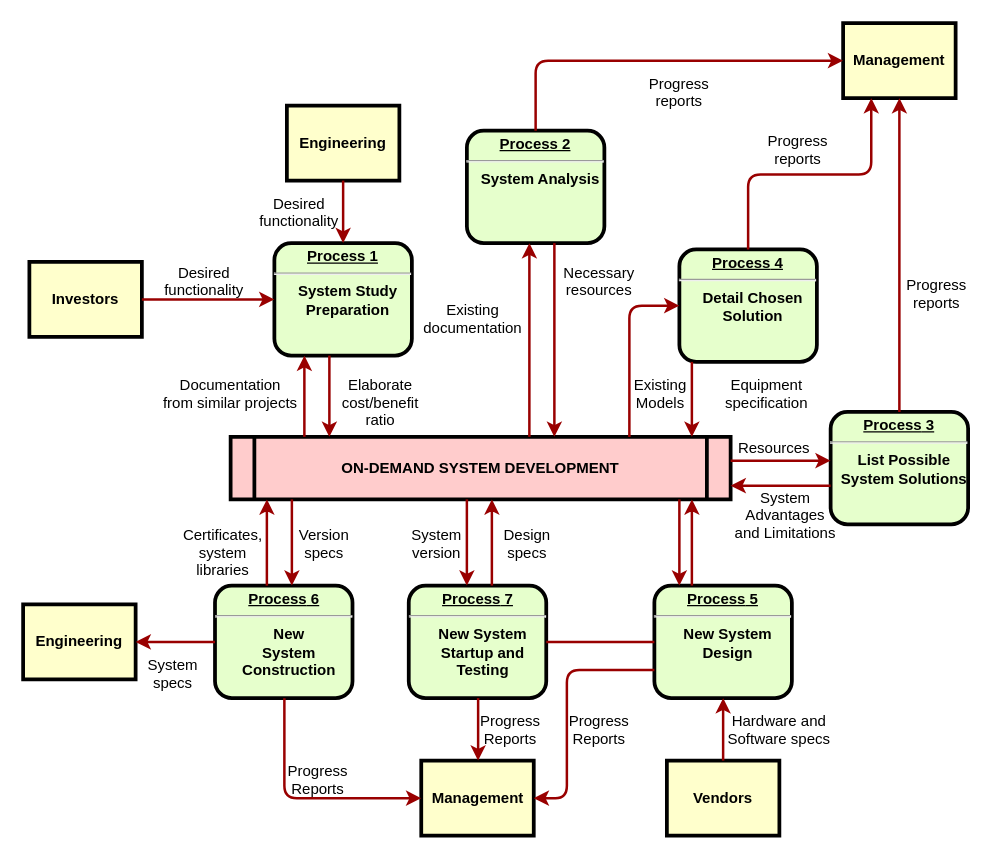
ArBzCe/TP keeps this draw.io diagram as 未命名绘图.drawio. Above is the earlier version. Source tidied: cells renumbered, new cells numbered last; positions are measured from the earlier drawing's top-left corner, leaving out a move shared by most shapes. Both pictures are drawn from the tidied source at 125%, with x=0, y=0 at pixel (22, 22).
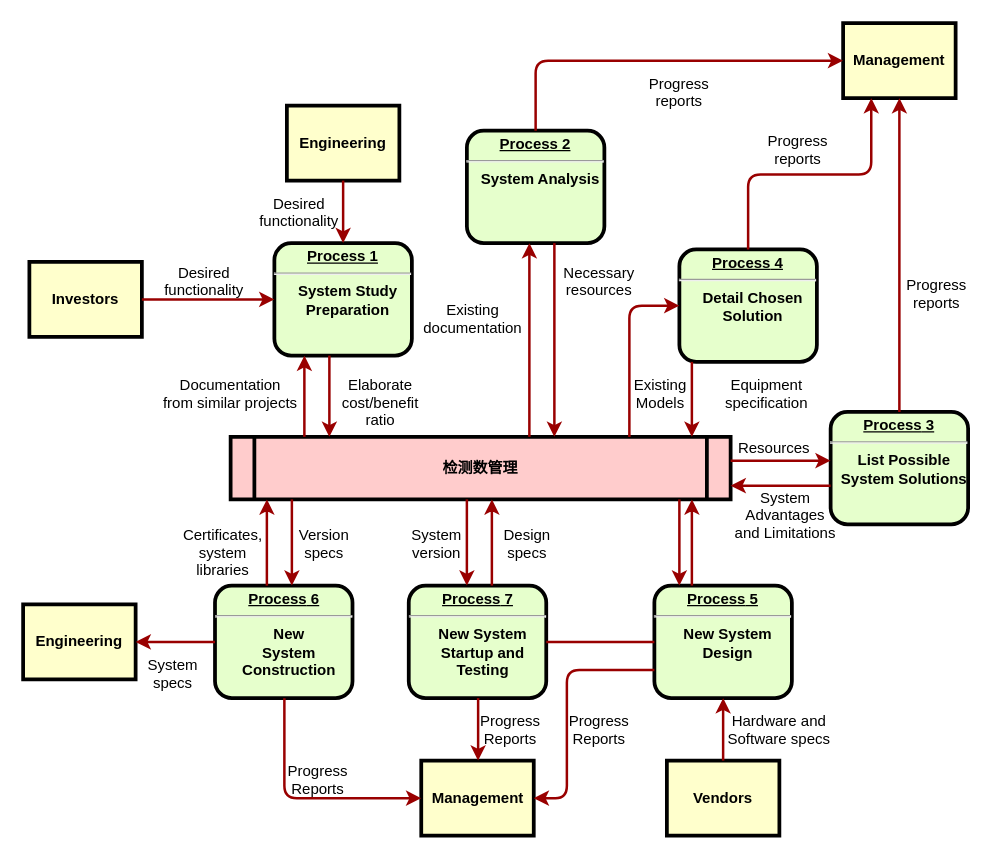
After the change.

Commit message:
更新未命名绘图.drawio

The edit, as a diff of the source:
```diff
@@
-    <mxCell id="5" value="ON-DEMAND SYSTEM DEVELOPMENT" style="shape=process;whiteSpace=wrap;align=center;verticalAlign=middle;size=0.0475;fontStyle=1;strokeWidth=3;fillColor=#FFCCCC;" parent="1" vertex="1">
+    <mxCell id="5" value="检测数管理" style="shape=process;whiteSpace=wrap;align=center;verticalAlign=middle;size=0.0475;fontStyle=1;strokeWidth=3;fillColor=#FFCCCC;" parent="1" vertex="1">
       <mxGeometry x="166" y="331" width="400" height="50" as="geometry" />
     </mxCell>
```
